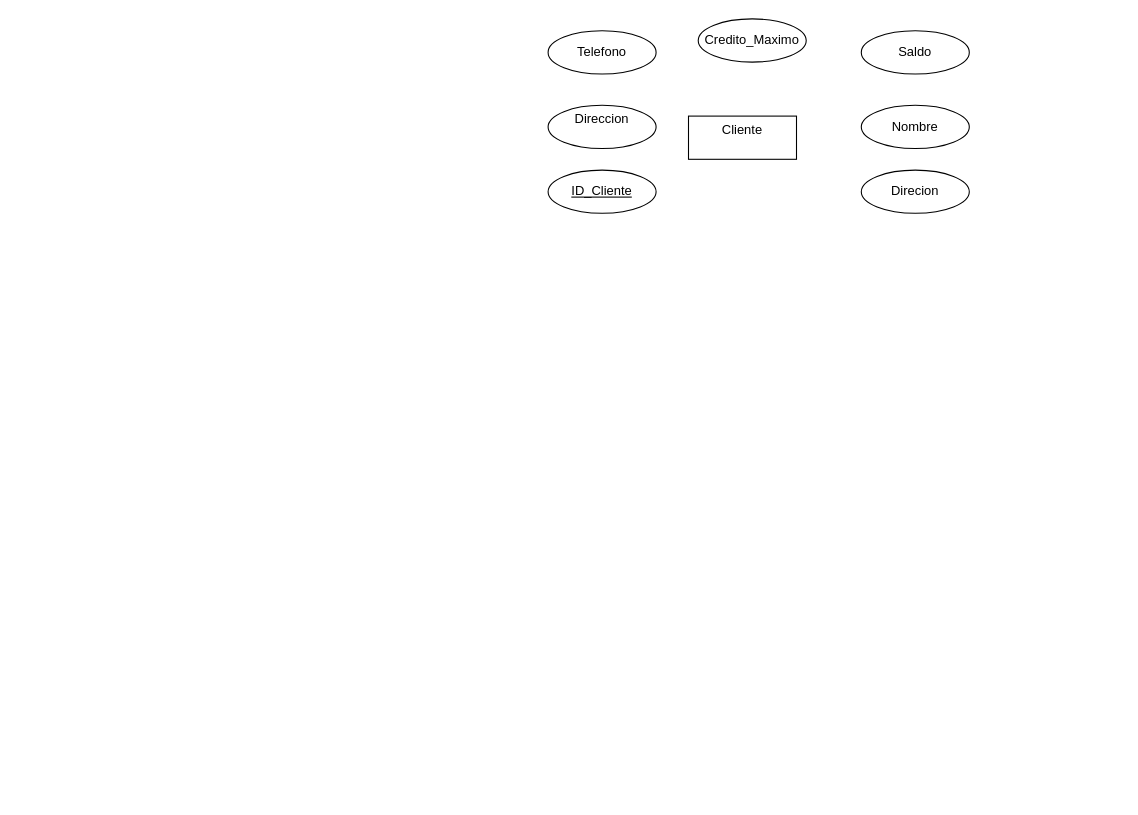
Csandoval-dev/EtlExamenI keeps this draw.io diagram as Tarea4.drawio. Above is the earlier version. Source tidied: cells renumbered, new cells numbered last; positions are measured from the earlier drawing's top-left corner, leaving out a move shared by most shapes. Both pictures are drawn from the tidied source at 108%, with x=0, y=0 at pixel (548, 18).
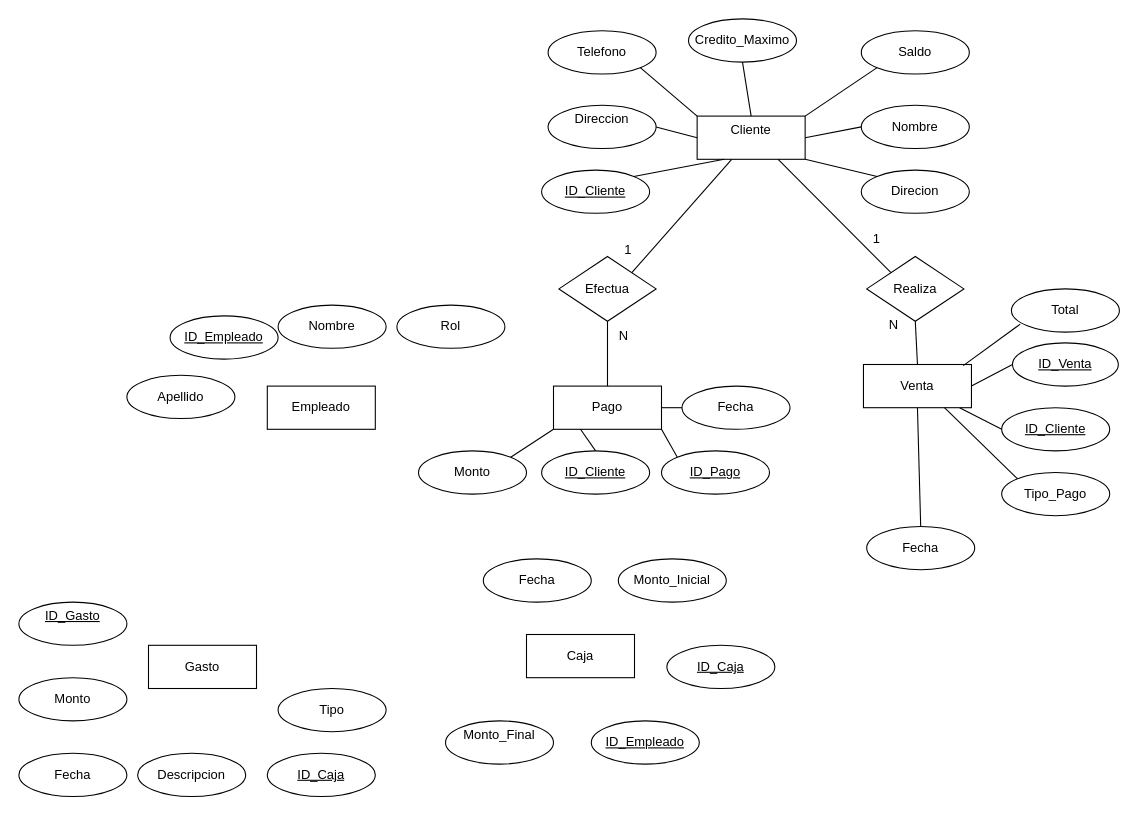
Above is the later version.

The change refers to these unchanged cells:
```xml
<mxCell id="3" value="Nombre" style="ellipse;whiteSpace=wrap;html=1;align=center;" parent="1" vertex="1">
  <mxGeometry x="290" y="80" width="100" height="40" as="geometry" />
</mxCell>
<mxCell id="5" value="Telefono" style="ellipse;whiteSpace=wrap;html=1;align=center;" parent="1" vertex="1">
  <mxGeometry y="11" width="100" height="40" as="geometry" />
</mxCell>
<mxCell id="6" value="Direccion&lt;div&gt;&lt;br&gt;&lt;/div&gt;" style="ellipse;whiteSpace=wrap;html=1;align=center;" parent="1" vertex="1">
  <mxGeometry y="80" width="100" height="40" as="geometry" />
</mxCell>
<mxCell id="8" value="Direcion" style="ellipse;whiteSpace=wrap;html=1;align=center;" parent="1" vertex="1">
  <mxGeometry x="290" y="140" width="100" height="40" as="geometry" />
</mxCell>
<mxCell id="9" value="Saldo" style="ellipse;whiteSpace=wrap;html=1;align=center;" parent="1" vertex="1">
  <mxGeometry x="290" y="11" width="100" height="40" as="geometry" />
</mxCell>
```

What changed in the source:
```diff
@@
     <mxCell id="2" value="Cliente&lt;div&gt;&lt;br&gt;&lt;/div&gt;" style="whiteSpace=wrap;html=1;align=center;" parent="1" vertex="1">
-      <mxGeometry x="130" y="90" width="100" height="40" as="geometry" />
+      <mxGeometry x="138" y="90" width="100" height="40" as="geometry" />
     </mxCell>
@@
-    <mxCell id="4" value="ID_Cliente" style="ellipse;whiteSpace=wrap;html=1;align=center;fontStyle=4;" parent="1" vertex="1">
-      <mxGeometry y="140" width="100" height="40" as="geometry" />
+    <mxCell id="4" value="ID_Pago" style="ellipse;whiteSpace=wrap;html=1;align=center;fontStyle=4;" parent="1" vertex="1">
+      <mxGeometry x="105" y="400" width="100" height="40" as="geometry" />
     </mxCell>
@@
     <mxCell id="7" value="Credito_Maximo" style="ellipse;whiteSpace=wrap;html=1;align=center;" parent="1" vertex="1">
-      <mxGeometry x="139" width="100" height="40" as="geometry" />
+      <mxGeometry x="130" width="100" height="40" as="geometry" />
     </mxCell>
@@
+    <mxCell id="10" value="&lt;div&gt;Pago&lt;/div&gt;" style="whiteSpace=wrap;html=1;align=center;" parent="1" vertex="1">
+      <mxGeometry x="5" y="340" width="100" height="40" as="geometry" />
+    </mxCell>
+    <mxCell id="11" value="&lt;div&gt;Venta&lt;/div&gt;" style="whiteSpace=wrap;html=1;align=center;" parent="1" vertex="1">
+      <mxGeometry x="292" y="320" width="100" height="40" as="geometry" />
+    </mxCell>
+    <mxCell id="12" value="Realiza" style="shape=rhombus;perimeter=rhombusPerimeter;whiteSpace=wrap;html=1;align=center;" parent="1" vertex="1">
+      <mxGeometry x="295" y="220" width="90" height="60" as="geometry" />
+    </mxCell>
+    <mxCell id="13" value="Efectua" style="shape=rhombus;perimeter=rhombusPerimeter;whiteSpace=wrap;html=1;align=center;" parent="1" vertex="1">
+      <mxGeometry x="10" y="220" width="90" height="60" as="geometry" />
+    </mxCell>
+    <mxCell id="14" value="ID_Cliente" style="ellipse;whiteSpace=wrap;html=1;align=center;fontStyle=4;" parent="1" vertex="1">
+      <mxGeometry x="-6" y="140" width="100" height="40" as="geometry" />
+    </mxCell>
+    <mxCell id="15" value="ID_Cliente" style="ellipse;whiteSpace=wrap;html=1;align=center;fontStyle=4;" parent="1" vertex="1">
+      <mxGeometry x="-6" y="400" width="100" height="40" as="geometry" />
+    </mxCell>
+    <mxCell id="16" value="&lt;div&gt;Monto&lt;/div&gt;" style="ellipse;whiteSpace=wrap;html=1;align=center;" parent="1" vertex="1">
+      <mxGeometry x="-120" y="400" width="100" height="40" as="geometry" />
+    </mxCell>
+    <mxCell id="17" value="&lt;div&gt;Fecha&lt;/div&gt;" style="ellipse;whiteSpace=wrap;html=1;align=center;" parent="1" vertex="1">
+      <mxGeometry x="124" y="340" width="100" height="40" as="geometry" />
+    </mxCell>
+    <mxCell id="18" value="ID_Venta" style="ellipse;whiteSpace=wrap;html=1;align=center;fontStyle=4;" parent="1" vertex="1">
+      <mxGeometry x="430" y="300" width="98" height="40" as="geometry" />
+    </mxCell>
+    <mxCell id="19" value="ID_Cliente" style="ellipse;whiteSpace=wrap;html=1;align=center;fontStyle=4;" parent="1" vertex="1">
+      <mxGeometry x="420" y="360" width="100" height="40" as="geometry" />
+    </mxCell>
+    <mxCell id="20" value="Fecha" style="ellipse;whiteSpace=wrap;html=1;align=center;" parent="1" vertex="1">
+      <mxGeometry x="295" y="470" width="100" height="40" as="geometry" />
+    </mxCell>
+    <mxCell id="21" value="Total" style="ellipse;whiteSpace=wrap;html=1;align=center;" parent="1" vertex="1">
+      <mxGeometry x="429" y="250" width="100" height="40" as="geometry" />
+    </mxCell>
+    <mxCell id="22" value="Tipo_Pago" style="ellipse;whiteSpace=wrap;html=1;align=center;" parent="1" vertex="1">
+      <mxGeometry x="420" y="420" width="100" height="40" as="geometry" />
+    </mxCell>
+    <mxCell id="23" style="endArrow=none;html=1;rounded=0;entryX=1;entryY=1;entryDx=0;entryDy=0;exitX=0;exitY=0;exitDx=0;exitDy=0;" parent="1" edge="1" source="2" target="5">
+      <mxGeometry relative="1" as="geometry" />
+    </mxCell>
+    <mxCell id="24" style="endArrow=none;html=1;rounded=0;entryX=0.5;entryY=1;entryDx=0;entryDy=0;exitX=0.5;exitY=0;exitDx=0;exitDy=0;" parent="1" edge="1" source="2" target="7">
+      <mxGeometry relative="1" as="geometry" />
+    </mxCell>
+    <mxCell id="25" style="endArrow=none;html=1;rounded=0;entryX=0;entryY=1;entryDx=0;entryDy=0;exitX=1;exitY=0;exitDx=0;exitDy=0;" parent="1" edge="1" source="2" target="9">
+      <mxGeometry relative="1" as="geometry" />
+    </mxCell>
+    <mxCell id="26" style="endArrow=none;html=1;rounded=0;entryX=0;entryY=0.5;entryDx=0;entryDy=0;exitX=1;exitY=0.5;exitDx=0;exitDy=0;" parent="1" edge="1" source="2" target="3">
+      <mxGeometry relative="1" as="geometry" />
+    </mxCell>
+    <mxCell id="27" style="endArrow=none;html=1;rounded=0;entryX=1;entryY=0.5;entryDx=0;entryDy=0;exitX=0;exitY=0.5;exitDx=0;exitDy=0;" parent="1" edge="1" source="2" target="6">
+      <mxGeometry relative="1" as="geometry" />
+    </mxCell>
+    <mxCell id="28" style="endArrow=none;html=1;rounded=0;entryX=1;entryY=0;entryDx=0;entryDy=0;exitX=0.25;exitY=1;exitDx=0;exitDy=0;" parent="1" edge="1" source="2" target="14">
+      <mxGeometry relative="1" as="geometry" />
+    </mxCell>
+    <mxCell id="29" style="endArrow=none;html=1;rounded=0;entryX=1;entryY=1;entryDx=0;entryDy=0;exitX=0;exitY=0;exitDx=0;exitDy=0;" parent="1" edge="1" source="8" target="2">
+      <mxGeometry relative="1" as="geometry" />
+    </mxCell>
+    <mxCell id="30" style="endArrow=none;html=1;rounded=0;exitX=1;exitY=0;exitDx=0;exitDy=0;" parent="1" edge="1" source="13">
+      <mxGeometry relative="1" as="geometry">
+        <mxPoint x="170" y="130" as="targetPoint" />
+      </mxGeometry>
+    </mxCell>
+    <mxCell id="31" style="endArrow=none;html=1;rounded=0;entryX=0.75;entryY=1;entryDx=0;entryDy=0;exitX=0;exitY=0;exitDx=0;exitDy=0;" parent="1" edge="1" source="12" target="2">
+      <mxGeometry relative="1" as="geometry" />
+    </mxCell>
+    <mxCell id="32" style="endArrow=none;html=1;rounded=0;entryX=0.5;entryY=1;entryDx=0;entryDy=0;exitX=0.5;exitY=0;exitDx=0;exitDy=0;" parent="1" edge="1" source="10" target="13">
+      <mxGeometry relative="1" as="geometry" />
+    </mxCell>
+    <mxCell id="33" style="endArrow=none;html=1;rounded=0;entryX=0.5;entryY=1;entryDx=0;entryDy=0;exitX=0.5;exitY=0;exitDx=0;exitDy=0;" parent="1" edge="1" source="11" target="12">
+      <mxGeometry relative="1" as="geometry" />
+    </mxCell>
+    <mxCell id="34" style="endArrow=none;html=1;rounded=0;entryX=0.924;entryY=0.025;entryDx=0;entryDy=0;exitX=0.082;exitY=0.815;exitDx=0;exitDy=0;entryPerimeter=0;exitPerimeter=0;" parent="1" edge="1" source="21" target="11">
+      <mxGeometry relative="1" as="geometry" />
+    </mxCell>
+    <mxCell id="35" style="endArrow=none;html=1;rounded=0;entryX=1;entryY=0.5;entryDx=0;entryDy=0;exitX=0;exitY=0.5;exitDx=0;exitDy=0;" parent="1" edge="1" source="18" target="11">
+      <mxGeometry relative="1" as="geometry" />
+    </mxCell>
+    <mxCell id="36" style="endArrow=none;html=1;rounded=0;exitX=0;exitY=0.5;exitDx=0;exitDy=0;" parent="1" edge="1" source="19" target="11">
+      <mxGeometry relative="1" as="geometry" />
+    </mxCell>
+    <mxCell id="37" style="endArrow=none;html=1;rounded=0;entryX=0;entryY=0;entryDx=0;entryDy=0;exitX=0.75;exitY=1;exitDx=0;exitDy=0;" parent="1" edge="1" source="11" target="22">
+      <mxGeometry relative="1" as="geometry" />
+    </mxCell>
+    <mxCell id="38" style="endArrow=none;html=1;rounded=0;entryX=0.5;entryY=0;entryDx=0;entryDy=0;exitX=0.5;exitY=1;exitDx=0;exitDy=0;" parent="1" edge="1" source="11" target="20">
+      <mxGeometry relative="1" as="geometry" />
+    </mxCell>
+    <mxCell id="39" value="N" style="text;strokeColor=none;fillColor=none;spacingLeft=4;spacingRight=4;overflow=hidden;fontSize=12;whiteSpace=wrap;html=1;" parent="1" vertex="1">
+      <mxGeometry x="60" y="280" width="40" height="30" as="geometry" />
+    </mxCell>
+    <mxCell id="40" value="1" style="text;strokeColor=none;fillColor=none;spacingLeft=4;spacingRight=4;overflow=hidden;fontSize=12;whiteSpace=wrap;html=1;" parent="1" vertex="1">
+      <mxGeometry x="65" y="200" width="40" height="30" as="geometry" />
+    </mxCell>
+    <mxCell id="41" value="1" style="text;strokeColor=none;fillColor=none;spacingLeft=4;spacingRight=4;overflow=hidden;fontSize=12;whiteSpace=wrap;html=1;" parent="1" vertex="1">
+      <mxGeometry x="295" y="190" width="40" height="30" as="geometry" />
+    </mxCell>
+    <mxCell id="42" value="N" style="text;strokeColor=none;fillColor=none;spacingLeft=4;spacingRight=4;overflow=hidden;fontSize=12;whiteSpace=wrap;html=1;" parent="1" vertex="1">
+      <mxGeometry x="310" y="270" width="40" height="30" as="geometry" />
+    </mxCell>
+    <mxCell id="43" style="endArrow=none;html=1;rounded=0;entryX=0;entryY=1;entryDx=0;entryDy=0;exitX=1;exitY=0;exitDx=0;exitDy=0;" parent="1" edge="1" source="16" target="10">
+      <mxGeometry relative="1" as="geometry" />
+    </mxCell>
+    <mxCell id="44" style="endArrow=none;html=1;rounded=0;entryX=0.5;entryY=0;entryDx=0;entryDy=0;exitX=0.25;exitY=1;exitDx=0;exitDy=0;" parent="1" edge="1" source="10" target="15">
+      <mxGeometry relative="1" as="geometry" />
+    </mxCell>
+    <mxCell id="45" style="endArrow=none;html=1;rounded=0;entryX=1;entryY=1;entryDx=0;entryDy=0;exitX=0;exitY=0;exitDx=0;exitDy=0;" parent="1" edge="1" source="4" target="10">
+      <mxGeometry relative="1" as="geometry" />
+    </mxCell>
+    <mxCell id="46" style="endArrow=none;html=1;rounded=0;entryX=0;entryY=0.5;entryDx=0;entryDy=0;exitX=1;exitY=0.5;exitDx=0;exitDy=0;" parent="1" edge="1" source="10" target="17">
+      <mxGeometry relative="1" as="geometry" />
+    </mxCell>
+    <mxCell id="47" value="Empleado" style="whiteSpace=wrap;html=1;align=center;" parent="1" vertex="1">
+      <mxGeometry x="-260" y="340" width="100" height="40" as="geometry" />
+    </mxCell>
+    <mxCell id="48" value="ID_Empleado" style="ellipse;whiteSpace=wrap;html=1;align=center;fontStyle=4;" parent="1" vertex="1">
+      <mxGeometry x="40" y="650" width="100" height="40" as="geometry" />
+    </mxCell>
+    <mxCell id="49" value="Nombre" style="ellipse;whiteSpace=wrap;html=1;align=center;" parent="1" vertex="1">
+      <mxGeometry x="-250" y="265" width="100" height="40" as="geometry" />
+    </mxCell>
+    <mxCell id="50" value="Apellido" style="ellipse;whiteSpace=wrap;html=1;align=center;" parent="1" vertex="1">
+      <mxGeometry x="-390" y="330" width="100" height="40" as="geometry" />
+    </mxCell>
+    <mxCell id="51" value="Rol" style="ellipse;whiteSpace=wrap;html=1;align=center;" parent="1" vertex="1">
+      <mxGeometry x="-140" y="265" width="100" height="40" as="geometry" />
+    </mxCell>
+    <mxCell id="52" value="Caja" style="whiteSpace=wrap;html=1;align=center;" parent="1" vertex="1">
+      <mxGeometry x="-20" y="570" width="100" height="40" as="geometry" />
+    </mxCell>
+    <mxCell id="53" value="ID_Caja" style="ellipse;whiteSpace=wrap;html=1;align=center;fontStyle=4;" parent="1" vertex="1">
+      <mxGeometry x="110" y="580" width="100" height="40" as="geometry" />
+    </mxCell>
+    <mxCell id="54" value="Fecha" style="ellipse;whiteSpace=wrap;html=1;align=center;" parent="1" vertex="1">
+      <mxGeometry x="-60" y="500" width="100" height="40" as="geometry" />
+    </mxCell>
+    <mxCell id="55" value="Monto_Inicial" style="ellipse;whiteSpace=wrap;html=1;align=center;" parent="1" vertex="1">
+      <mxGeometry x="65" y="500" width="100" height="40" as="geometry" />
+    </mxCell>
+    <mxCell id="56" value="Monto_Final&lt;div&gt;&lt;br&gt;&lt;/div&gt;" style="ellipse;whiteSpace=wrap;html=1;align=center;" parent="1" vertex="1">
+      <mxGeometry x="-95" y="650" width="100" height="40" as="geometry" />
+    </mxCell>
+    <mxCell id="57" value="ID_Empleado" style="ellipse;whiteSpace=wrap;html=1;align=center;fontStyle=4;" parent="1" vertex="1">
+      <mxGeometry x="-350" y="275" width="100" height="40" as="geometry" />
+    </mxCell>
+    <mxCell id="58" value="Gasto" style="whiteSpace=wrap;html=1;align=center;" parent="1" vertex="1">
+      <mxGeometry x="-370" y="580" width="100" height="40" as="geometry" />
+    </mxCell>
+    <mxCell id="59" value="ID_Gasto&lt;div&gt;&lt;br&gt;&lt;/div&gt;" style="ellipse;whiteSpace=wrap;html=1;align=center;fontStyle=4;" parent="1" vertex="1">
+      <mxGeometry x="-490" y="540" width="100" height="40" as="geometry" />
+    </mxCell>
+    <mxCell id="60" value="ID_Caja" style="ellipse;whiteSpace=wrap;html=1;align=center;fontStyle=4;" parent="1" vertex="1">
+      <mxGeometry x="-260" y="680" width="100" height="40" as="geometry" />
+    </mxCell>
+    <mxCell id="61" value="&lt;div&gt;Descripcion&lt;/div&gt;" style="ellipse;whiteSpace=wrap;html=1;align=center;" parent="1" vertex="1">
+      <mxGeometry x="-380" y="680" width="100" height="40" as="geometry" />
+    </mxCell>
+    <mxCell id="62" value="&lt;div&gt;Monto&lt;/div&gt;" style="ellipse;whiteSpace=wrap;html=1;align=center;" parent="1" vertex="1">
+      <mxGeometry x="-490" y="610" width="100" height="40" as="geometry" />
+    </mxCell>
+    <mxCell id="63" value="&lt;div&gt;Fecha&lt;/div&gt;" style="ellipse;whiteSpace=wrap;html=1;align=center;" parent="1" vertex="1">
+      <mxGeometry x="-490" y="680" width="100" height="40" as="geometry" />
+    </mxCell>
+    <mxCell id="64" value="&lt;div&gt;Tipo&lt;/div&gt;" style="ellipse;whiteSpace=wrap;html=1;align=center;" parent="1" vertex="1">
+      <mxGeometry x="-250" y="620" width="100" height="40" as="geometry" />
+    </mxCell>
```
